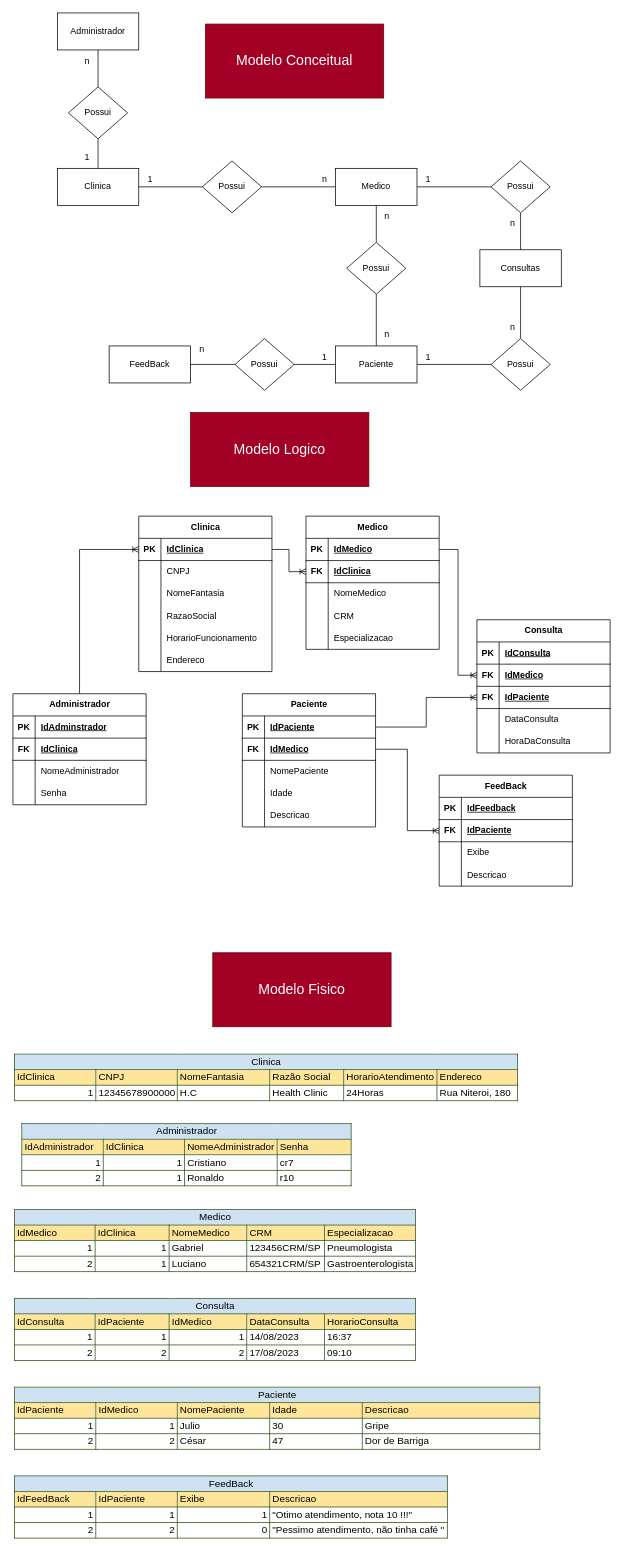
Earlier version of the draw.io diagram Health_Clinic.drawio (AlbatrozPyt/Health_Clinic). Source tidied: cells renumbered, new cells numbered last; positions are measured from the earlier drawing's top-left corner, leaving out a move shared by most shapes. Both pictures are drawn from the tidied source at 74%, with x=0, y=0 at pixel (13, 13).
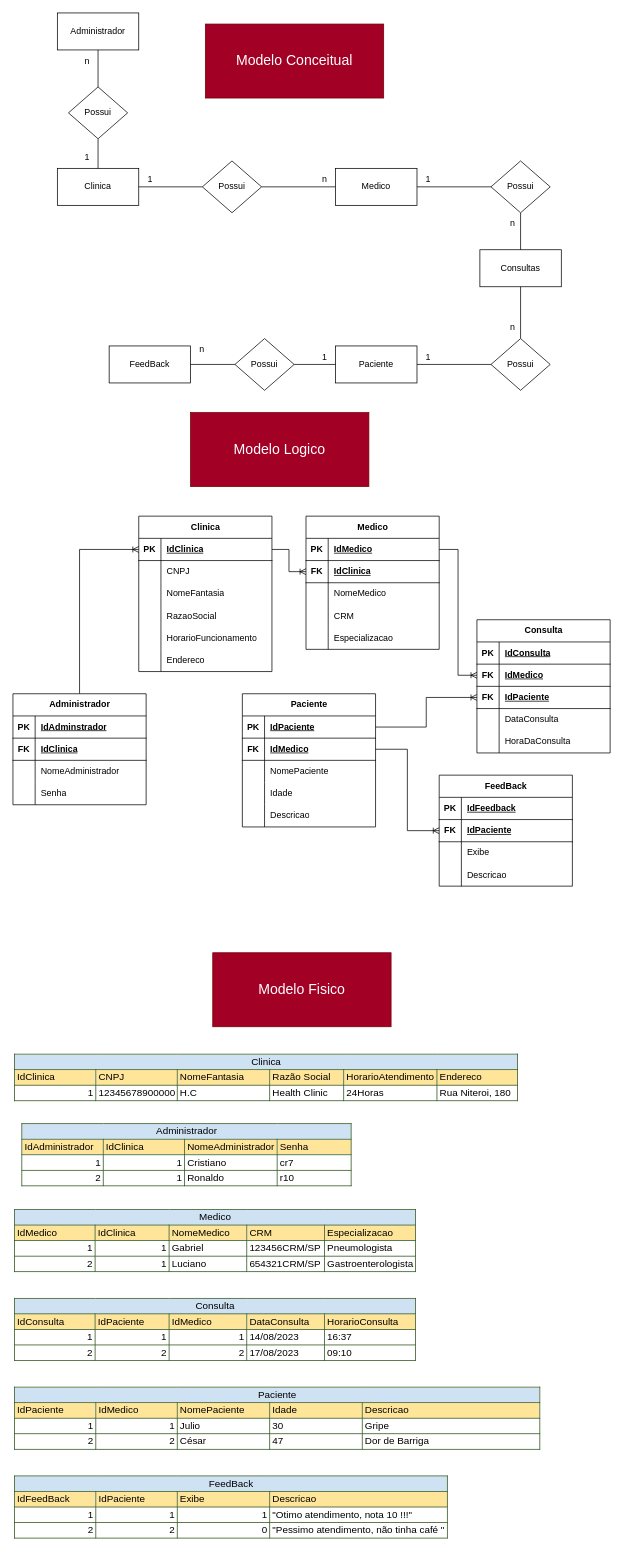
After the change.

The change refers to these unchanged cells:
```xml
<mxCell id="7" value="Paciente" style="html=1;whiteSpace=wrap;" parent="1" vertex="1">
  <mxGeometry x="436" y="450" width="110" height="50" as="geometry" />
</mxCell>
<mxCell id="11" value="Medico" style="html=1;whiteSpace=wrap;" parent="1" vertex="1">
  <mxGeometry x="436" y="210" width="110" height="50" as="geometry" />
</mxCell>
```

What changed in the source:
```diff
@@
-    <mxCell id="5" style="edgeStyle=orthogonalEdgeStyle;rounded=0;jettySize=auto;html=1;entryX=0.5;entryY=1;entryDx=0;entryDy=0;endArrow=none;endFill=0;" parent="1" edge="1" source="7" target="15">
-      <mxGeometry relative="1" as="geometry" />
-    </mxCell>
@@
-    <mxCell id="9" style="edgeStyle=orthogonalEdgeStyle;rounded=0;jettySize=auto;html=1;entryX=0.5;entryY=0;entryDx=0;entryDy=0;endArrow=none;endFill=0;" parent="1" edge="1" source="11" target="15">
-      <mxGeometry relative="1" as="geometry" />
-    </mxCell>
@@
-    <mxCell id="15" value="Possui" style="rhombus;whiteSpace=wrap;html=1;" parent="1" vertex="1">
-      <mxGeometry x="451" y="310" width="80" height="70" as="geometry" />
-    </mxCell>
@@
-    <mxCell id="26" value="n" style="text;html=1;align=center;verticalAlign=middle;strokeColor=none;fillColor=none;" parent="1" vertex="1">
-      <mxGeometry x="490" y="420" width="30" height="30" as="geometry" />
-    </mxCell>
-    <mxCell id="27" value="n" style="text;html=1;align=center;verticalAlign=middle;strokeColor=none;fillColor=none;" parent="1" vertex="1">
-      <mxGeometry x="490" y="260" width="30" height="30" as="geometry" />
-    </mxCell>
```
